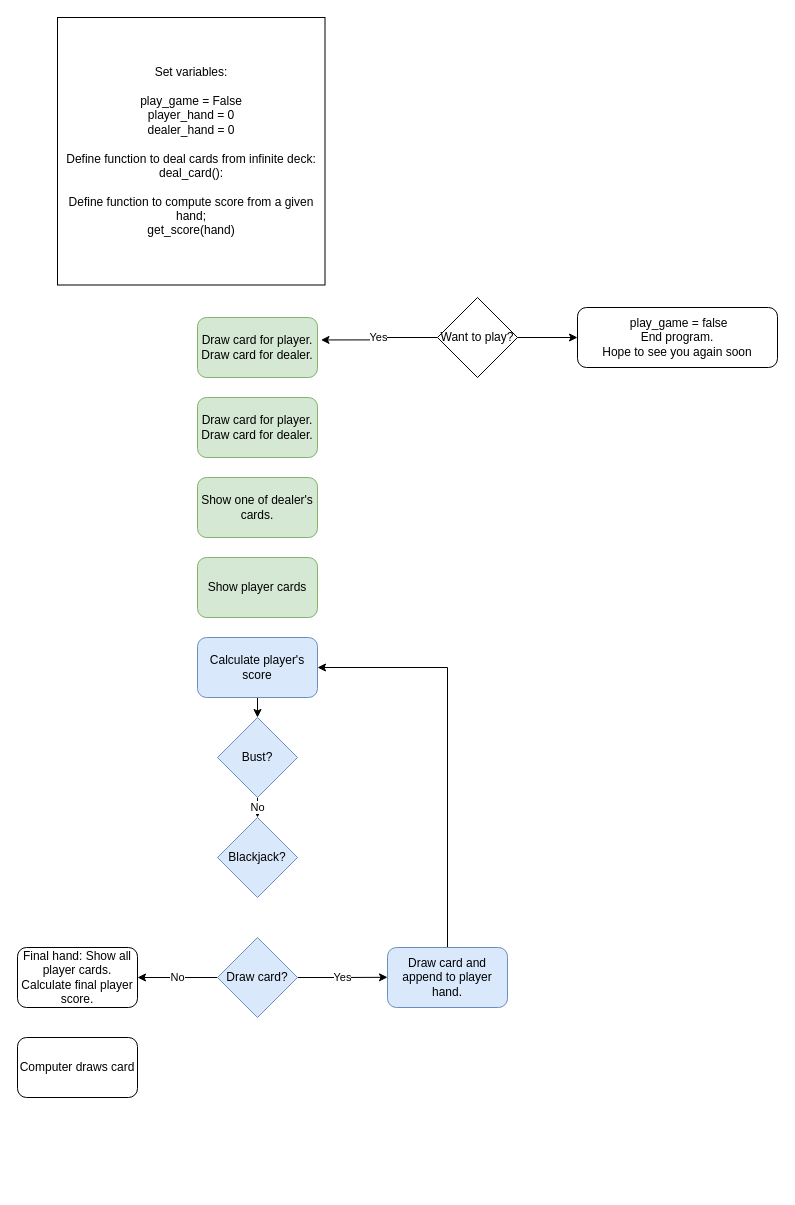
Above: Untitled Diagram.drawio in casper-van-der-krift/100-Days-of-Code (draw.io), before the change. Source tidied: cells renumbered, new cells numbered last; positions are measured from the earlier drawing's top-left corner, leaving out a move shared by most shapes. Both pictures are drawn from the tidied source at 100%, with x=0, y=0 at pixel (17, 17).
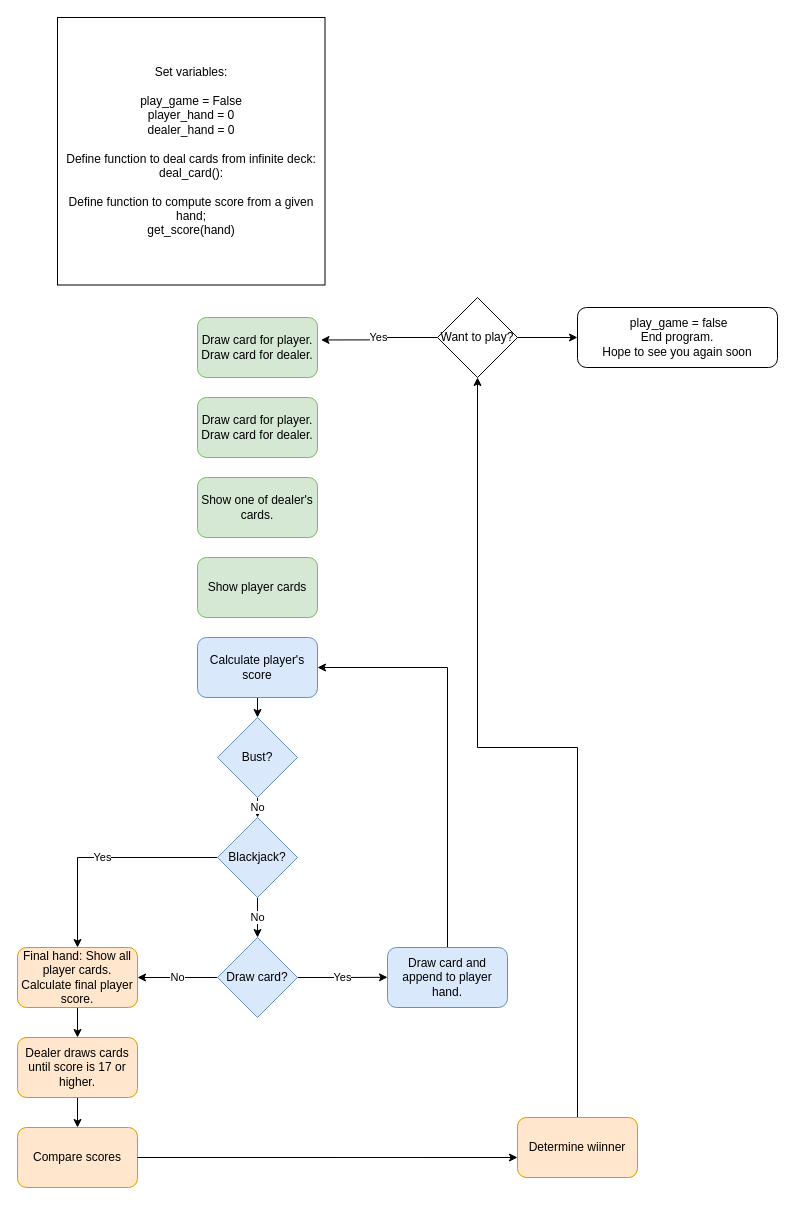
Above is the later version.

The change refers to these unchanged cells:
```xml
<mxCell id="10" value="Want to play?" style="rhombus;whiteSpace=wrap;html=1;" parent="1" vertex="1">
  <mxGeometry x="420" y="280" width="80" height="80" as="geometry" />
</mxCell>
<mxCell id="13" value="Draw card?" style="rhombus;whiteSpace=wrap;html=1;fillColor=#dae8fc;strokeColor=#6c8ebf;" parent="1" vertex="1">
  <mxGeometry x="200" y="920" width="80" height="80" as="geometry" />
</mxCell>
<mxCell id="16" value="Blackjack?" style="rhombus;whiteSpace=wrap;html=1;fillColor=#dae8fc;strokeColor=#6c8ebf;" parent="1" vertex="1">
  <mxGeometry x="200" y="800" width="80" height="80" as="geometry" />
</mxCell>
```

What changed in the source:
```diff
@@
+    <mxCell id="23" value="No" style="edgeStyle=orthogonalEdgeStyle;rounded=0;jettySize=auto;html=1;exitX=0.5;exitY=1;exitDx=0;exitDy=0;entryX=0.5;entryY=0;entryDx=0;entryDy=0;" parent="1" edge="1" source="16" target="13">
+      <mxGeometry relative="1" as="geometry" />
+    </mxCell>
+    <mxCell id="24" value="Yes" style="edgeStyle=orthogonalEdgeStyle;rounded=0;jettySize=auto;html=1;exitX=0;exitY=0.5;exitDx=0;exitDy=0;entryX=0.5;entryY=0;entryDx=0;entryDy=0;" parent="1" edge="1" source="16" target="17">
+      <mxGeometry relative="1" as="geometry" />
+    </mxCell>
@@
+    <mxCell id="25" style="edgeStyle=orthogonalEdgeStyle;rounded=0;jettySize=auto;html=1;exitX=0.5;exitY=1;exitDx=0;exitDy=0;entryX=0.5;entryY=0;entryDx=0;entryDy=0;" parent="1" edge="1" source="17" target="18">
+      <mxGeometry relative="1" as="geometry" />
+    </mxCell>
-    <mxCell id="17" value="Final hand: Show all player cards. Calculate final player score." style="rounded=1;whiteSpace=wrap;html=1;" parent="1" vertex="1">
+    <mxCell id="17" value="Final hand: Show all player cards. Calculate final player score." style="rounded=1;whiteSpace=wrap;html=1;fillColor=#ffe6cc;strokeColor=#d79b00;" parent="1" vertex="1">
       <mxGeometry y="930" width="120" height="60" as="geometry" />
     </mxCell>
+    <mxCell id="26" style="edgeStyle=orthogonalEdgeStyle;rounded=0;jettySize=auto;html=1;exitX=0.5;exitY=1;exitDx=0;exitDy=0;" parent="1" edge="1" source="18" target="27">
+      <mxGeometry relative="1" as="geometry" />
+    </mxCell>
-    <mxCell id="18" value="Computer draws card" style="rounded=1;whiteSpace=wrap;html=1;" parent="1" vertex="1">
+    <mxCell id="18" value="Dealer draws cards until score is 17 or higher." style="rounded=1;whiteSpace=wrap;html=1;fillColor=#ffe6cc;strokeColor=#d79b00;" parent="1" vertex="1">
       <mxGeometry y="1020" width="120" height="60" as="geometry" />
     </mxCell>
@@
+    <mxCell id="27" value="Compare scores" style="rounded=1;whiteSpace=wrap;html=1;fillColor=#ffe6cc;strokeColor=#d79b00;" parent="1" vertex="1">
+      <mxGeometry y="1110" width="120" height="60" as="geometry" />
+    </mxCell>
+    <mxCell id="28" style="edgeStyle=orthogonalEdgeStyle;rounded=0;jettySize=auto;html=1;exitX=0.5;exitY=0;exitDx=0;exitDy=0;" parent="1" edge="1" source="29" target="10">
+      <mxGeometry relative="1" as="geometry" />
+    </mxCell>
+    <mxCell id="29" value="Determine wiinner" style="rounded=1;whiteSpace=wrap;html=1;fillColor=#ffe6cc;strokeColor=#d79b00;" parent="1" vertex="1">
+      <mxGeometry x="500" y="1100" width="120" height="60" as="geometry" />
+    </mxCell>
+    <mxCell id="30" style="edgeStyle=orthogonalEdgeStyle;rounded=0;jettySize=auto;html=1;exitX=1;exitY=0.5;exitDx=0;exitDy=0;entryX=0;entryY=0.667;entryDx=0;entryDy=0;entryPerimeter=0;" parent="1" edge="1" source="27" target="29">
+      <mxGeometry relative="1" as="geometry" />
+    </mxCell>
```
